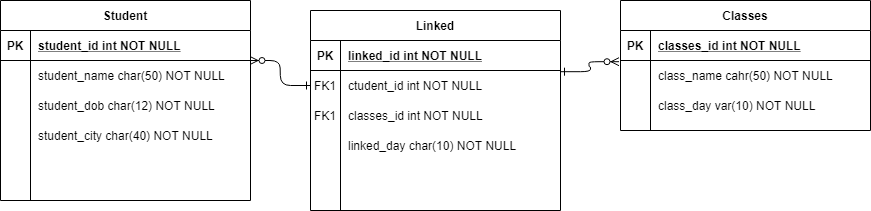
Above: images/currentERD.png in MrLucien-Johnson/Class_enrollment_Project (draw.io), before the change. Source tidied: cells renumbered, new cells last; positions are measured from the earlier drawing's top-left corner, leaving out a move shared by most shapes.
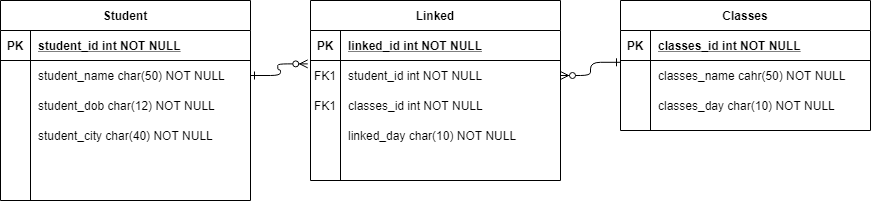
The same file after the commit.

Commit message:
UPDATED CURRENT ERD

What changed in the source:
```diff
@@ -2,11 +2,8 @@
   <root>
     <mxCell id="0" />
     <mxCell id="1" parent="0" />
-    <mxCell id="2" style="edgeStyle=entityRelationEdgeStyle;endArrow=ERzeroToMany;startArrow=ERone;endFill=1;startFill=0;entryX=0.998;entryY=0;entryDx=0;entryDy=0;entryPerimeter=0;" parent="1" edge="1" source="7" target="30">
-      <mxGeometry relative="1" as="geometry" />
-    </mxCell>
     <mxCell id="3" value="Linked" style="shape=table;startSize=30;rowLines=0;fontStyle=1;align=center;" parent="1" vertex="1">
-      <mxGeometry x="310" y="10" width="250" height="200" as="geometry" />
+      <mxGeometry x="310" width="250" height="180" as="geometry" />
     </mxCell>
     <mxCell id="4" style="shape=partialRectangle;fillColor=none;top=0;left=0;right=0;bottom=1;" parent="3" vertex="1">
       <mxGeometry y="30" width="250" height="30" as="geometry" />
@@ -23,7 +20,7 @@
     <mxCell id="8" value="FK1" style="shape=partialRectangle;overflow=hidden;fillColor=none;top=0;left=0;bottom=0;right=0;" parent="7" vertex="1">
       <mxGeometry width="30" height="30" as="geometry" />
     </mxCell>
-    <mxCell id="9" value="ctudent_id int NOT NULL" style="shape=partialRectangle;overflow=hidden;fillColor=none;top=0;left=0;bottom=0;right=0;align=left;spacingLeft=6;" parent="7" vertex="1">
+    <mxCell id="9" value="student_id int NOT NULL" style="shape=partialRectangle;overflow=hidden;fillColor=none;top=0;left=0;bottom=0;right=0;align=left;spacingLeft=6;" parent="7" vertex="1">
       <mxGeometry x="30" width="220" height="30" as="geometry" />
     </mxCell>
     <mxCell id="10" style="shape=partialRectangle;fillColor=none;top=0;left=0;right=0;bottom=0;" parent="3" vertex="1">
@@ -62,7 +59,7 @@
     <mxCell id="21" style="shape=partialRectangle;overflow=hidden;fillColor=none;top=0;left=0;bottom=0;right=0;" parent="20" vertex="1">
       <mxGeometry width="30" height="30" as="geometry" />
     </mxCell>
-    <mxCell id="22" value="class_name cahr(50) NOT NULL" style="shape=partialRectangle;overflow=hidden;fillColor=none;top=0;left=0;bottom=0;right=0;align=left;spacingLeft=6;" parent="20" vertex="1">
+    <mxCell id="22" value="classes_name cahr(50) NOT NULL" style="shape=partialRectangle;overflow=hidden;fillColor=none;top=0;left=0;bottom=0;right=0;align=left;spacingLeft=6;" parent="20" vertex="1">
       <mxGeometry x="30" width="220" height="30" as="geometry" />
     </mxCell>
     <mxCell id="23" style="shape=partialRectangle;fillColor=none;top=0;left=0;right=0;bottom=0;" parent="16" vertex="1">
@@ -71,7 +68,7 @@
     <mxCell id="24" style="shape=partialRectangle;overflow=hidden;fillColor=none;top=0;left=0;bottom=0;right=0;" parent="23" vertex="1">
       <mxGeometry width="30" height="30" as="geometry" />
     </mxCell>
-    <mxCell id="25" value="class_day var(10) NOT NULL" style="shape=partialRectangle;overflow=hidden;fillColor=none;top=0;left=0;bottom=0;right=0;align=left;spacingLeft=6;" parent="23" vertex="1">
+    <mxCell id="25" value="classes_day char(10) NOT NULL" style="shape=partialRectangle;overflow=hidden;fillColor=none;top=0;left=0;bottom=0;right=0;align=left;spacingLeft=6;" parent="23" vertex="1">
       <mxGeometry x="30" width="220" height="30" as="geometry" />
     </mxCell>
     <mxCell id="26" value="Student" style="shape=table;startSize=30;rowLines=0;fontStyle=1;align=center;" parent="1" vertex="1">
@@ -113,8 +110,15 @@
     <mxCell id="38" value="student_city char(40) NOT NULL" style="shape=partialRectangle;overflow=hidden;fillColor=none;top=0;left=0;bottom=0;right=0;align=left;spacingLeft=6;" parent="36" vertex="1">
       <mxGeometry x="30" width="220" height="30" as="geometry" />
     </mxCell>
+    <mxCell id="2" style="edgeStyle=entityRelationEdgeStyle;endArrow=ERzeroToMany;startArrow=ERone;endFill=1;startFill=0;entryX=-0.011;entryY=0.113;entryDx=0;entryDy=0;entryPerimeter=0;exitX=1;exitY=0.5;exitDx=0;exitDy=0;" parent="1" edge="1" source="30" target="7">
+      <mxGeometry relative="1" as="geometry" />
+    </mxCell>
-    <mxCell id="39" style="edgeStyle=entityRelationEdgeStyle;endArrow=ERzeroToMany;startArrow=ERone;endFill=1;startFill=0;entryX=-0.006;entryY=0.04;entryDx=0;entryDy=0;entryPerimeter=0;exitX=1;exitY=0.04;exitDx=0;exitDy=0;exitPerimeter=0;" parent="1" edge="1" source="7" target="20">
-      <mxGeometry relative="1" as="geometry" />
+    <mxCell id="39" style="edgeStyle=entityRelationEdgeStyle;endArrow=ERzeroToMany;startArrow=ERone;endFill=1;startFill=0;entryX=1;entryY=0.5;entryDx=0;entryDy=0;exitX=0;exitY=0.06;exitDx=0;exitDy=0;exitPerimeter=0;" parent="1" edge="1" source="20" target="7">
+      <mxGeometry relative="1" as="geometry">
+        <Array as="points">
+          <mxPoint x="590" y="80" />
+        </Array>
+      </mxGeometry>
     </mxCell>
   </root>
 </mxGraphModel>
```
